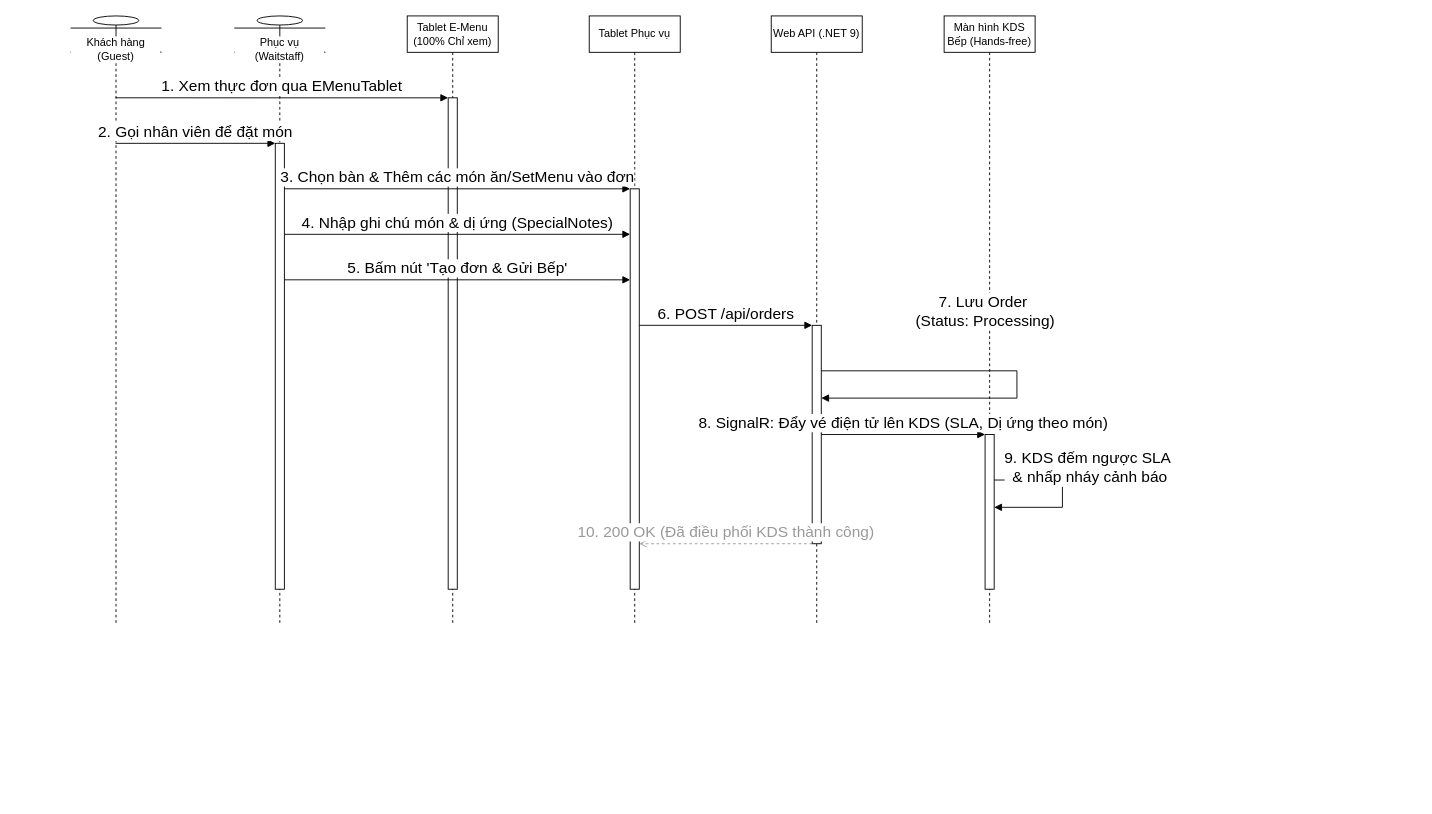
Above: docs/phase1/drawio/sd02_waitstaff_ordering.drawio in AndrewQng/VinDining (draw.io), before the change. Source tidied: cells renumbered, new cells numbered last; positions are measured from the earlier drawing's top-left corner, leaving out a move shared by most shapes. Both pictures are drawn from the tidied source at 91%, with x=0, y=0 at pixel (70, 15).
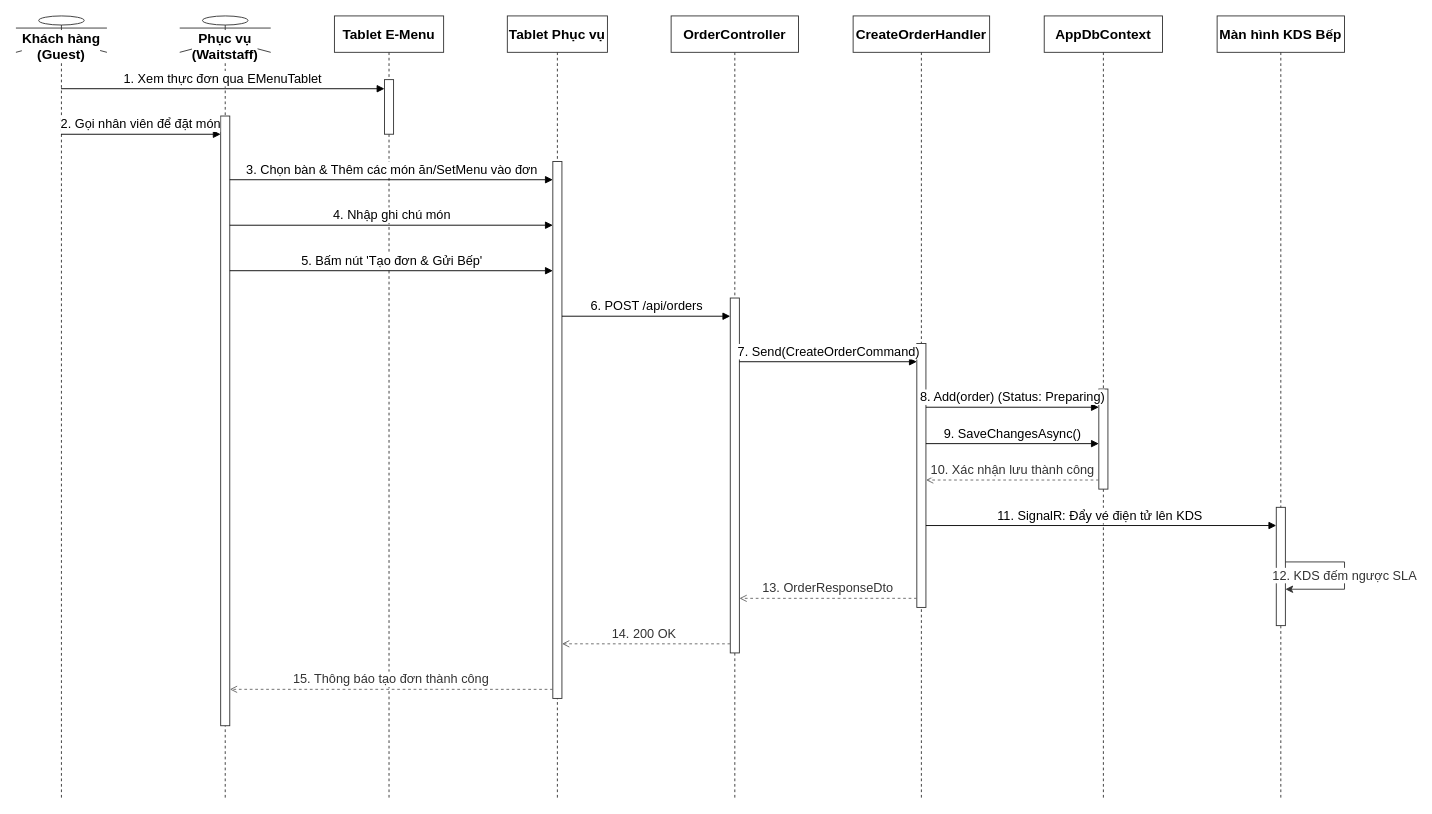
The same diagram, later.

Diff of the diagram source:
```diff
@@
-    <mxCell id="2" value="Khách hàng (Guest)" style="shape=umlLifeline;perimeter=lifelinePerimeter;whiteSpace=wrap;html=1;outlineConnect=0;portConstraint=eastwest;size=40;participant=umlActor;verticalAlign=bottom;spacingBottom=-14;labelBackgroundColor=#ffffff;" parent="1" vertex="1">
-      <mxGeometry width="100" height="670" as="geometry" />
+    <mxCell id="2" value="Khách hàng&#10;(Guest)" style="shape=umlLifeline;perimeter=lifelinePerimeter;whiteSpace=wrap;html=1;outlineConnect=0;portConstraint=eastwest;size=40;participant=umlActor;verticalAlign=bottom;spacingBottom=-14;labelBackgroundColor=#ffffff;fontSize=15;fontStyle=1;strokeColor=#333333;" parent="1" vertex="1">
+      <mxGeometry x="-60" width="100" height="860" as="geometry" />
     </mxCell>
-    <mxCell id="3" value="Phục vụ (Waitstaff)" style="shape=umlLifeline;perimeter=lifelinePerimeter;whiteSpace=wrap;html=1;size=40;participant=umlActor;verticalAlign=bottom;spacingBottom=-14;labelBackgroundColor=#ffffff;" parent="1" vertex="1">
-      <mxGeometry x="180" width="100" height="670" as="geometry" />
+    <mxCell id="3" value="Phục vụ&#10;(Waitstaff)" style="shape=umlLifeline;perimeter=lifelinePerimeter;whiteSpace=wrap;html=1;size=40;participant=umlActor;verticalAlign=bottom;spacingBottom=-14;labelBackgroundColor=#ffffff;fontSize=15;fontStyle=1;strokeColor=#333333;" parent="1" vertex="1">
+      <mxGeometry x="120" width="100" height="860" as="geometry" />
     </mxCell>
-    <mxCell id="4" style="html=1;points=[];perimeter=orthogonalPerimeter;outlineConnect=0;fillColor=#ffffff;fontSize=17;" parent="3" vertex="1">
-      <mxGeometry x="45" y="140" width="10" height="490" as="geometry" />
+    <mxCell id="4" style="html=1;points=[];perimeter=orthogonalPerimeter;outlineConnect=0;fillColor=#ffffff;strokeColor=#333333;fontSize=14;" parent="3" vertex="1">
+      <mxGeometry x="45" y="110" width="10" height="670" as="geometry" />
     </mxCell>
-    <mxCell id="5" value="Tablet E-Menu (100% Chỉ xem)" style="shape=umlLifeline;perimeter=lifelinePerimeter;whiteSpace=wrap;html=1;size=40;" parent="1" vertex="1">
-      <mxGeometry x="370" width="100" height="670" as="geometry" />
+    <mxCell id="5" value="Tablet E-Menu" style="shape=umlLifeline;perimeter=lifelinePerimeter;whiteSpace=wrap;html=1;size=40;fontSize=15;fontStyle=1;fillColor=#ffffff;strokeColor=#333333;" parent="1" vertex="1">
+      <mxGeometry x="290" width="120" height="860" as="geometry" />
     </mxCell>
-    <mxCell id="6" style="html=1;points=[];perimeter=orthogonalPerimeter;outlineConnect=0;fillColor=#ffffff;fontSize=17;" parent="5" vertex="1">
-      <mxGeometry x="45" y="90" width="10" height="540" as="geometry" />
+    <mxCell id="6" style="html=1;points=[];perimeter=orthogonalPerimeter;outlineConnect=0;fillColor=#ffffff;strokeColor=#333333;fontSize=14;" parent="5" vertex="1">
+      <mxGeometry x="55" y="70" width="10" height="60" as="geometry" />
     </mxCell>
-    <mxCell id="7" value="Tablet Phục vụ" style="shape=umlLifeline;perimeter=lifelinePerimeter;whiteSpace=wrap;html=1;size=40;" parent="1" vertex="1">
-      <mxGeometry x="570" width="100" height="670" as="geometry" />
+    <mxCell id="7" value="Tablet Phục vụ" style="shape=umlLifeline;perimeter=lifelinePerimeter;whiteSpace=wrap;html=1;size=40;fontSize=15;fontStyle=1;fillColor=#ffffff;strokeColor=#333333;" parent="1" vertex="1">
+      <mxGeometry x="480" width="110" height="860" as="geometry" />
     </mxCell>
-    <mxCell id="8" style="html=1;points=[];perimeter=orthogonalPerimeter;outlineConnect=0;fillColor=#ffffff;fontSize=17;" parent="7" vertex="1">
-      <mxGeometry x="45" y="190" width="10" height="440" as="geometry" />
+    <mxCell id="8" style="html=1;points=[];perimeter=orthogonalPerimeter;outlineConnect=0;fillColor=#ffffff;strokeColor=#333333;fontSize=14;" parent="7" vertex="1">
+      <mxGeometry x="50" y="160" width="10" height="590" as="geometry" />
     </mxCell>
-    <mxCell id="9" value="Web API (.NET 9)" style="shape=umlLifeline;perimeter=lifelinePerimeter;whiteSpace=wrap;html=1;size=40;" parent="1" vertex="1">
-      <mxGeometry x="770" width="100" height="670" as="geometry" />
-    </mxCell>
-    <mxCell id="10" style="html=1;points=[];perimeter=orthogonalPerimeter;outlineConnect=0;fillColor=#ffffff;fontSize=17;" parent="9" vertex="1">
-      <mxGeometry x="45" y="340" width="10" height="240" as="geometry" />
-    </mxCell>
+    <mxCell id="23" value="OrderController" style="shape=umlLifeline;perimeter=lifelinePerimeter;whiteSpace=wrap;html=1;size=40;fontSize=15;fontStyle=1;fillColor=#ffffff;strokeColor=#333333;" parent="1" vertex="1">
+      <mxGeometry x="660" width="140" height="860" as="geometry" />
+    </mxCell>
+    <mxCell id="24" style="html=1;points=[];perimeter=orthogonalPerimeter;outlineConnect=0;fillColor=#ffffff;strokeColor=#333333;fontSize=14;" parent="23" vertex="1">
+      <mxGeometry x="65" y="310" width="10" height="390" as="geometry" />
+    </mxCell>
+    <mxCell id="25" value="CreateOrderHandler" style="shape=umlLifeline;perimeter=lifelinePerimeter;whiteSpace=wrap;html=1;size=40;fontSize=15;fontStyle=1;fillColor=#ffffff;strokeColor=#333333;" parent="1" vertex="1">
+      <mxGeometry x="860" width="150" height="860" as="geometry" />
+    </mxCell>
+    <mxCell id="26" style="html=1;points=[];perimeter=orthogonalPerimeter;outlineConnect=0;fillColor=#ffffff;strokeColor=#333333;fontSize=14;" parent="25" vertex="1">
+      <mxGeometry x="70" y="360" width="10" height="290" as="geometry" />
+    </mxCell>
+    <mxCell id="27" value="AppDbContext" style="shape=umlLifeline;perimeter=lifelinePerimeter;whiteSpace=wrap;html=1;size=40;fontSize=15;fontStyle=1;fillColor=#ffffff;strokeColor=#333333;" parent="1" vertex="1">
+      <mxGeometry x="1070" width="130" height="860" as="geometry" />
+    </mxCell>
+    <mxCell id="28" style="html=1;points=[];perimeter=orthogonalPerimeter;outlineConnect=0;fillColor=#ffffff;strokeColor=#333333;fontSize=14;" parent="27" vertex="1">
+      <mxGeometry x="60" y="410" width="10" height="110" as="geometry" />
+    </mxCell>
-    <mxCell id="11" value="Màn hình KDS Bếp (Hands-free)" style="shape=umlLifeline;perimeter=lifelinePerimeter;whiteSpace=wrap;html=1;size=40;" parent="1" vertex="1">
-      <mxGeometry x="960" width="100" height="670" as="geometry" />
+    <mxCell id="11" value="Màn hình KDS Bếp" style="shape=umlLifeline;perimeter=lifelinePerimeter;whiteSpace=wrap;html=1;size=40;fontSize=15;fontStyle=1;fillColor=#ffffff;strokeColor=#333333;" parent="1" vertex="1">
+      <mxGeometry x="1260" width="140" height="860" as="geometry" />
     </mxCell>
-    <mxCell id="12" style="html=1;points=[];perimeter=orthogonalPerimeter;outlineConnect=0;fillColor=#ffffff;fontSize=17;" parent="11" vertex="1">
-      <mxGeometry x="45" y="460" width="10" height="170" as="geometry" />
+    <mxCell id="12" style="html=1;points=[];perimeter=orthogonalPerimeter;outlineConnect=0;fillColor=#ffffff;strokeColor=#333333;fontSize=14;" parent="11" vertex="1">
+      <mxGeometry x="65" y="540" width="10" height="130" as="geometry" />
     </mxCell>
-    <mxCell id="13" value="1. Xem thực đơn qua EMenuTablet" style="html=1;verticalAlign=bottom;endArrow=block;curved=0;rounded=0;exitX=0.5;exitY=0.1343;entryX=0;entryY=0.0;fontSize=17;" parent="1" edge="1" source="2" target="6">
+    <mxCell id="13" value="1. Xem thực đơn qua EMenuTablet" style="html=1;verticalAlign=bottom;endArrow=block;curved=0;rounded=0;exitX=0.5;exitY=0.0930;entryX=0;entryY=0.1667;fontSize=14;" parent="1" edge="1" source="2" target="6">
       <mxGeometry relative="1" as="geometry" />
     </mxCell>
-    <mxCell id="14" value="2. Gọi nhân viên để đặt món" style="html=1;verticalAlign=bottom;endArrow=block;curved=0;rounded=0;exitX=0.5;exitY=0.209;entryX=0;entryY=0.0;fontSize=17;" parent="1" edge="1" source="2" target="4">
+    <mxCell id="14" value="2. Gọi nhân viên để đặt món" style="html=1;verticalAlign=bottom;endArrow=block;curved=0;rounded=0;exitX=0.5;exitY=0.1512;entryX=0;entryY=0.0299;fontSize=14;" parent="1" edge="1" source="2" target="4">
       <mxGeometry relative="1" as="geometry" />
     </mxCell>
-    <mxCell id="15" value="3. Chọn bàn &amp;amp; Thêm các món ăn/SetMenu vào đơn" style="html=1;verticalAlign=bottom;endArrow=block;curved=0;rounded=0;exitX=1;exitY=0.102;entryX=0;entryY=0.0;fontSize=17;" parent="1" edge="1" source="4" target="8">
+    <mxCell id="15" value="3. Chọn bàn &amp; Thêm các món ăn/SetMenu vào đơn" style="html=1;verticalAlign=bottom;endArrow=block;curved=0;rounded=0;exitX=1;exitY=0.1045;entryX=0;entryY=0.0339;fontSize=14;" parent="1" edge="1" source="4" target="8">
       <mxGeometry relative="1" as="geometry" />
     </mxCell>
-    <mxCell id="16" value="4. Nhập ghi chú món &amp;amp; dị ứng (SpecialNotes)" style="html=1;verticalAlign=bottom;endArrow=block;curved=0;rounded=0;exitX=1;exitY=0.2041;entryX=0;entryY=0.1136;fontSize=17;" parent="1" edge="1" source="4" target="8">
+    <mxCell id="16" value="4. Nhập ghi chú món" style="html=1;verticalAlign=bottom;endArrow=block;curved=0;rounded=0;exitX=1;exitY=0.1791;entryX=0;entryY=0.1186;fontSize=14;" parent="1" edge="1" source="4" target="8">
       <mxGeometry relative="1" as="geometry" />
     </mxCell>
-    <mxCell id="17" value="5. Bấm nút 'Tạo đơn &amp;amp; Gửi Bếp'" style="html=1;verticalAlign=bottom;endArrow=block;curved=0;rounded=0;exitX=1;exitY=0.3061;entryX=0;entryY=0.2273;fontSize=17;" parent="1" edge="1" source="4" target="8">
+    <mxCell id="17" value="5. Bấm nút 'Tạo đơn &amp; Gửi Bếp'" style="html=1;verticalAlign=bottom;endArrow=block;curved=0;rounded=0;exitX=1;exitY=0.2537;entryX=0;entryY=0.2034;fontSize=14;" parent="1" edge="1" source="4" target="8">
       <mxGeometry relative="1" as="geometry" />
     </mxCell>
-    <mxCell id="18" value="6. POST /api/orders" style="html=1;verticalAlign=bottom;endArrow=block;curved=0;rounded=0;exitX=1;exitY=0.3409;entryX=0;entryY=0.0;fontSize=17;" parent="1" edge="1" source="8" target="10">
+    <mxCell id="18" value="6. POST /api/orders" style="html=1;verticalAlign=bottom;endArrow=block;curved=0;rounded=0;exitX=1;exitY=0.2881;entryX=0;entryY=0.0513;fontSize=14;" parent="1" edge="1" source="8" target="24">
       <mxGeometry relative="1" as="geometry" />
     </mxCell>
-    <mxCell id="19" value="7. Lưu Order&amp;nbsp;&lt;div&gt;(Status: Processing)&lt;/div&gt;" style="html=1;verticalAlign=bottom;endArrow=block;curved=0;rounded=0;exitX=1;exitY=0.2083;entryX=1;entryY=0.3333;fontSize=17;" parent="1" edge="1" source="10" target="10">
-      <mxGeometry x="-0.21" y="32" relative="1" as="geometry">
-        <Array as="points">
-          <mxPoint x="1040" y="390" />
-          <mxPoint x="1040" y="420" />
-        </Array>
-        <mxPoint x="-2" y="-10" as="offset" />
-      </mxGeometry>
+    <mxCell id="19" value="7. Send(CreateOrderCommand)" style="html=1;verticalAlign=bottom;endArrow=block;curved=0;rounded=0;exitX=1;exitY=0.1795;entryX=0;entryY=0.0690;fontSize=14;" parent="1" edge="1" source="24" target="26">
+      <mxGeometry relative="1" as="geometry" />
     </mxCell>
-    <mxCell id="20" value="8. SignalR: Đẩy vé điện tử lên KDS (SLA, Dị ứng theo món)" style="html=1;verticalAlign=bottom;endArrow=block;curved=0;rounded=0;exitX=1;exitY=0.5;entryX=0;entryY=0.0;fontSize=17;" parent="1" edge="1" source="10" target="12">
+    <mxCell id="20" value="8. Add(order) (Status: Preparing)" style="html=1;verticalAlign=bottom;endArrow=block;curved=0;rounded=0;exitX=1;exitY=0.2414;entryX=0;entryY=0.1818;fontSize=14;" parent="1" edge="1" source="26" target="28">
       <mxGeometry relative="1" as="geometry" />
     </mxCell>
-    <mxCell id="21" value="9. KDS đếm ngược SLA&amp;nbsp;&lt;div&gt;&amp;amp; nhấp nháy cảnh báo&lt;/div&gt;" style="html=1;verticalAlign=bottom;endArrow=block;curved=0;rounded=0;exitX=1;exitY=0.2941;entryX=1;entryY=0.4706;fontSize=17;edgeStyle=orthogonalEdgeStyle;innerLoopWaypoints=1;" parent="1" edge="1" source="12" target="12">
-      <mxGeometry x="-0.06" y="30" relative="1" as="geometry">
-        <Array as="points">
-          <mxPoint x="1090" y="510" />
-          <mxPoint x="1090" y="540" />
-        </Array>
-      </mxGeometry>
+    <mxCell id="21" value="9. SaveChangesAsync()" style="html=1;verticalAlign=bottom;endArrow=block;curved=0;rounded=0;exitX=1;exitY=0.3793;entryX=0;entryY=0.5455;fontSize=14;" parent="1" edge="1" source="26" target="28">
+      <mxGeometry relative="1" as="geometry" />
     </mxCell>
-    <mxCell id="22" value="10. 200 OK (Đã điều phối KDS thành công)" style="html=1;verticalAlign=bottom;endArrow=open;dashed=1;curved=0;rounded=0;strokeColor=#999999;fontColor=#999999;exitX=0;exitY=1.0;entryX=1;entryY=0.8864;fontSize=17;" parent="1" edge="1" source="10" target="8">
+    <mxCell id="22" value="10. Xác nhận lưu thành công" style="html=1;verticalAlign=bottom;endArrow=open;dashed=1;curved=0;rounded=0;strokeColor=#666666;fontColor=#333333;exitX=0;exitY=0.9091;entryX=1;entryY=0.5172;fontSize=14;" parent="1" edge="1" source="28" target="26">
       <mxGeometry relative="1" as="geometry" />
     </mxCell>
+    <mxCell id="29" value="11. SignalR: Đẩy vé điện tử lên KDS&amp;nbsp;" style="html=1;verticalAlign=bottom;endArrow=block;curved=0;rounded=0;exitX=1;exitY=0.6897;entryX=0;entryY=0.1538;fontSize=14;" parent="1" edge="1" source="26" target="12">
+      <mxGeometry relative="1" as="geometry" />
+    </mxCell>
+    <mxCell id="30" value="12. KDS đếm ngược SLA" style="edgeStyle=orthogonalEdgeStyle;curved=0;rounded=0;html=1;exitX=1;exitY=0.4615;entryX=1;entryY=0.6923;strokeColor=#333333;fontColor=#333333;fontSize=14;" parent="1" edge="1" source="12" target="12">
+      <mxGeometry relative="1" as="geometry">
+        <Array as="points">
+          <mxPoint x="1400" y="600" />
+          <mxPoint x="1400" y="630" />
+        </Array>
+      </mxGeometry>
+    </mxCell>
+    <mxCell id="31" value="13. OrderResponseDto" style="html=1;verticalAlign=bottom;endArrow=open;dashed=1;curved=0;rounded=0;strokeColor=#666666;fontColor=#333333;exitX=0;exitY=0.9655;entryX=1;entryY=0.8462;fontSize=14;" parent="1" edge="1" source="26" target="24">
+      <mxGeometry relative="1" as="geometry" />
+    </mxCell>
+    <mxCell id="32" value="14. 200 OK&amp;nbsp;" style="html=1;verticalAlign=bottom;endArrow=open;dashed=1;curved=0;rounded=0;strokeColor=#666666;fontColor=#333333;exitX=0;exitY=0.9744;entryX=1;entryY=0.8983;fontSize=14;" parent="1" edge="1" source="24" target="8">
+      <mxGeometry relative="1" as="geometry" />
+    </mxCell>
+    <mxCell id="33" value="15. Thông báo tạo đơn thành công" style="html=1;verticalAlign=bottom;endArrow=open;dashed=1;curved=0;rounded=0;strokeColor=#666666;fontColor=#333333;exitX=0;exitY=0.9831;entryX=1;entryY=0.9403;fontSize=14;" parent="1" edge="1" source="8" target="4">
+      <mxGeometry relative="1" as="geometry" />
+    </mxCell>
```
